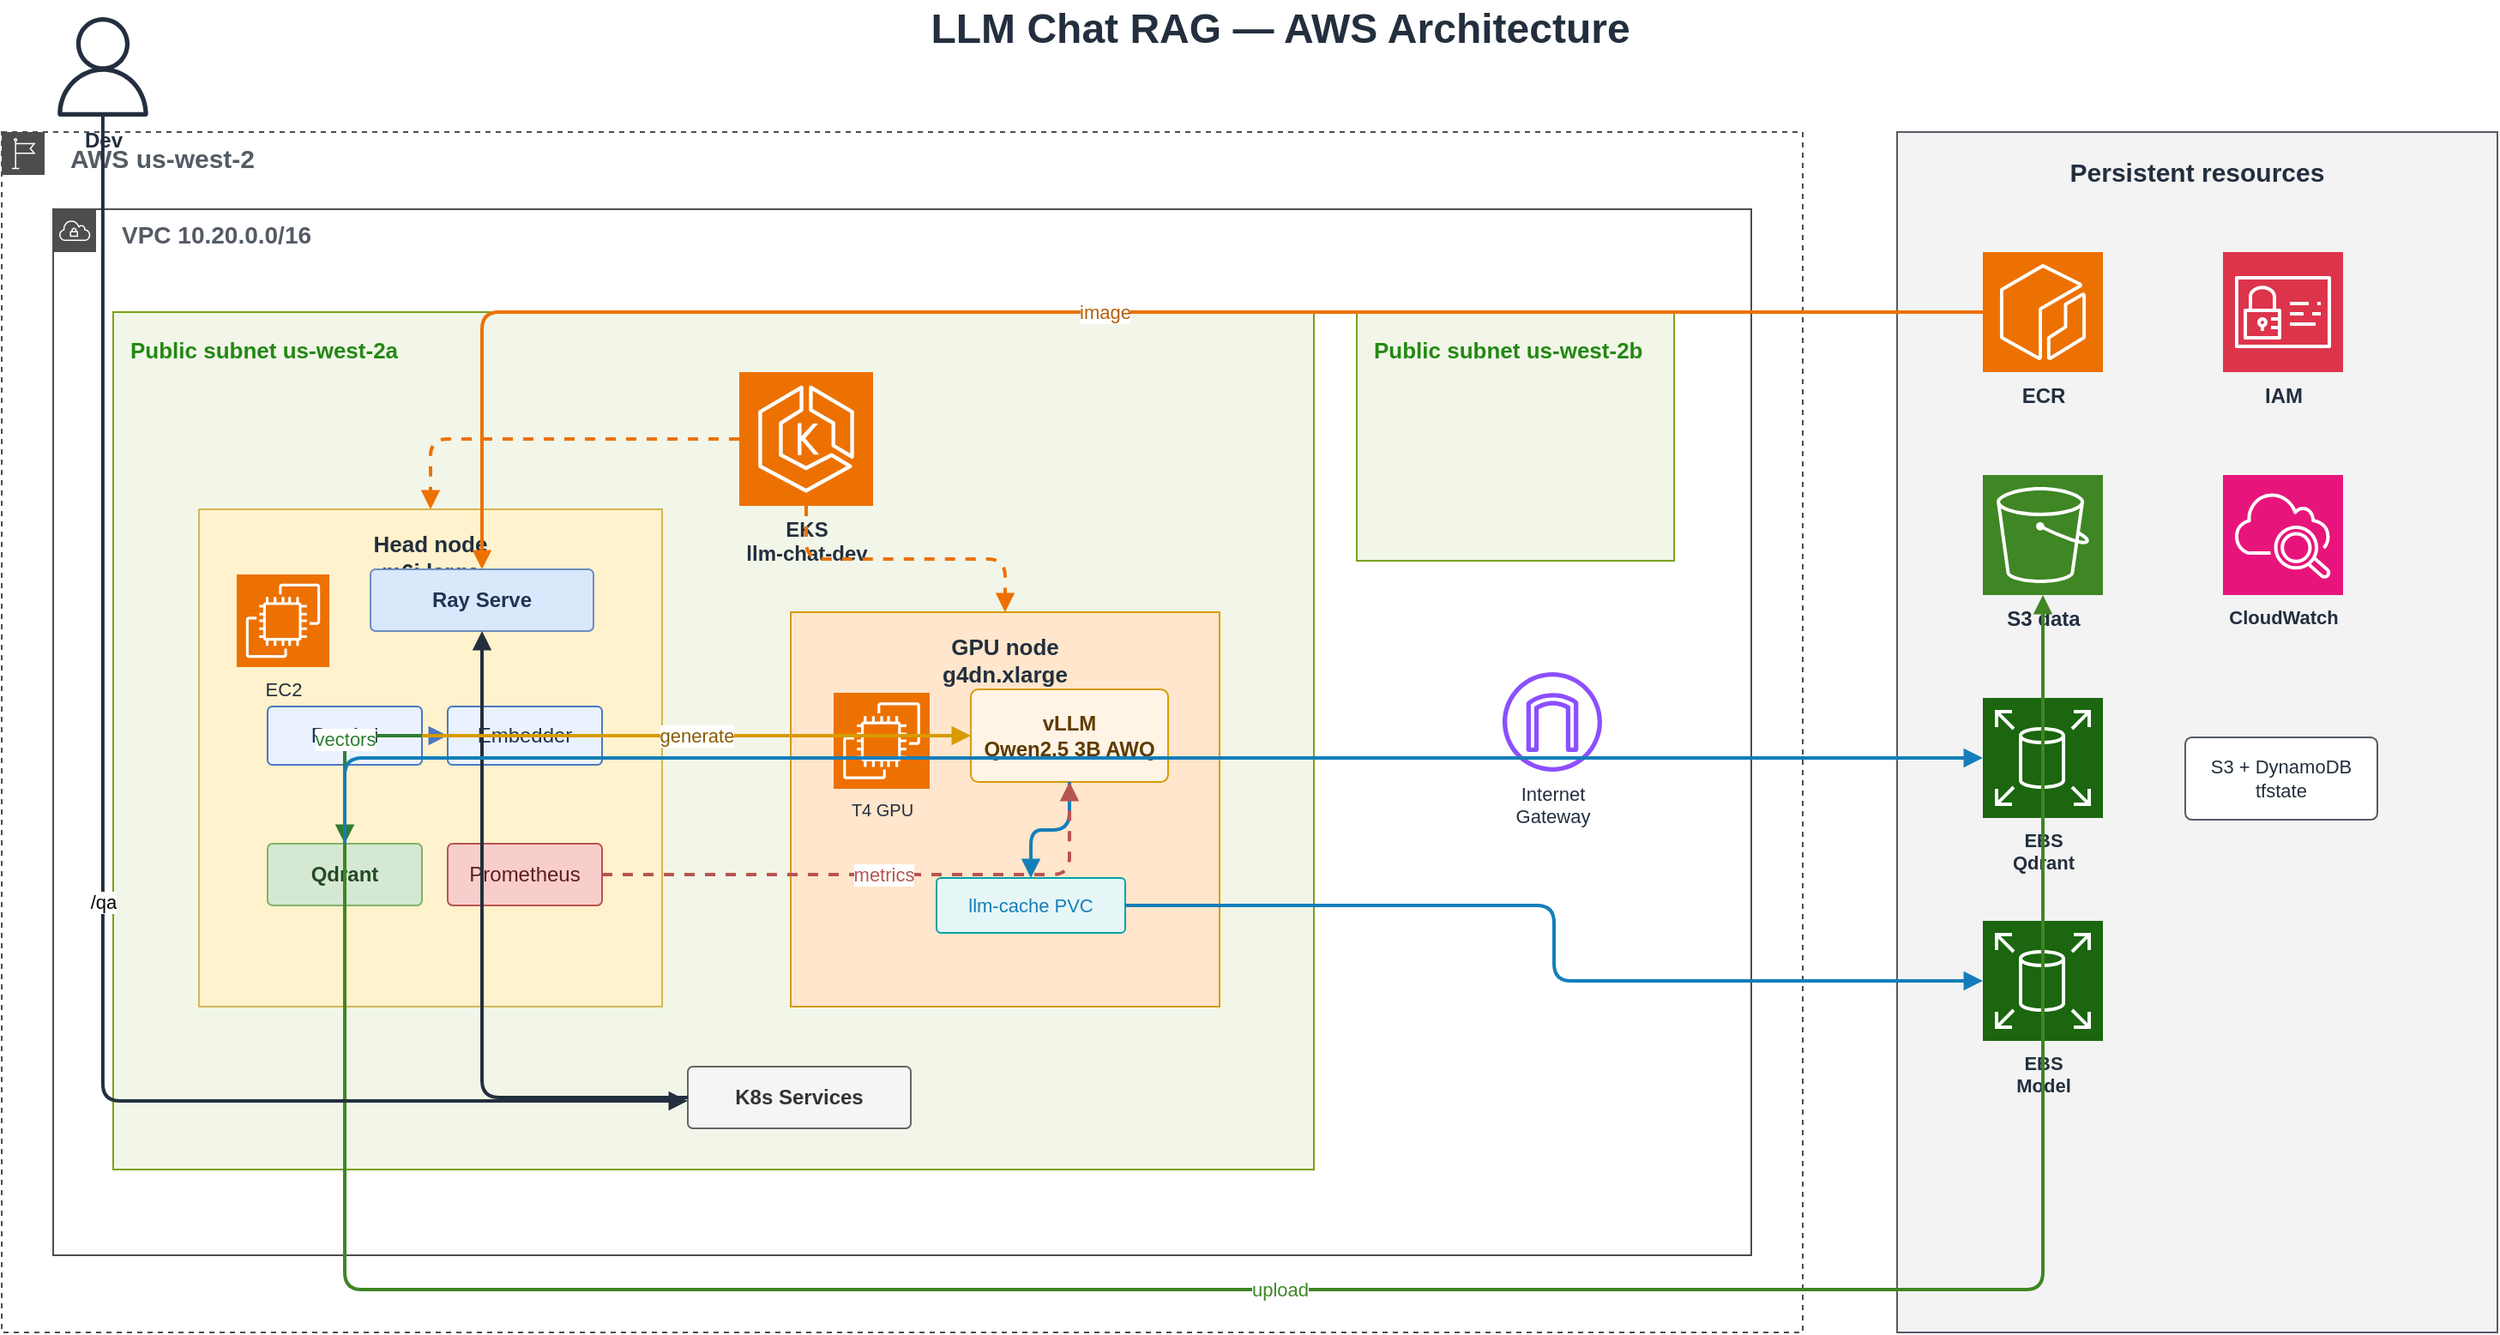
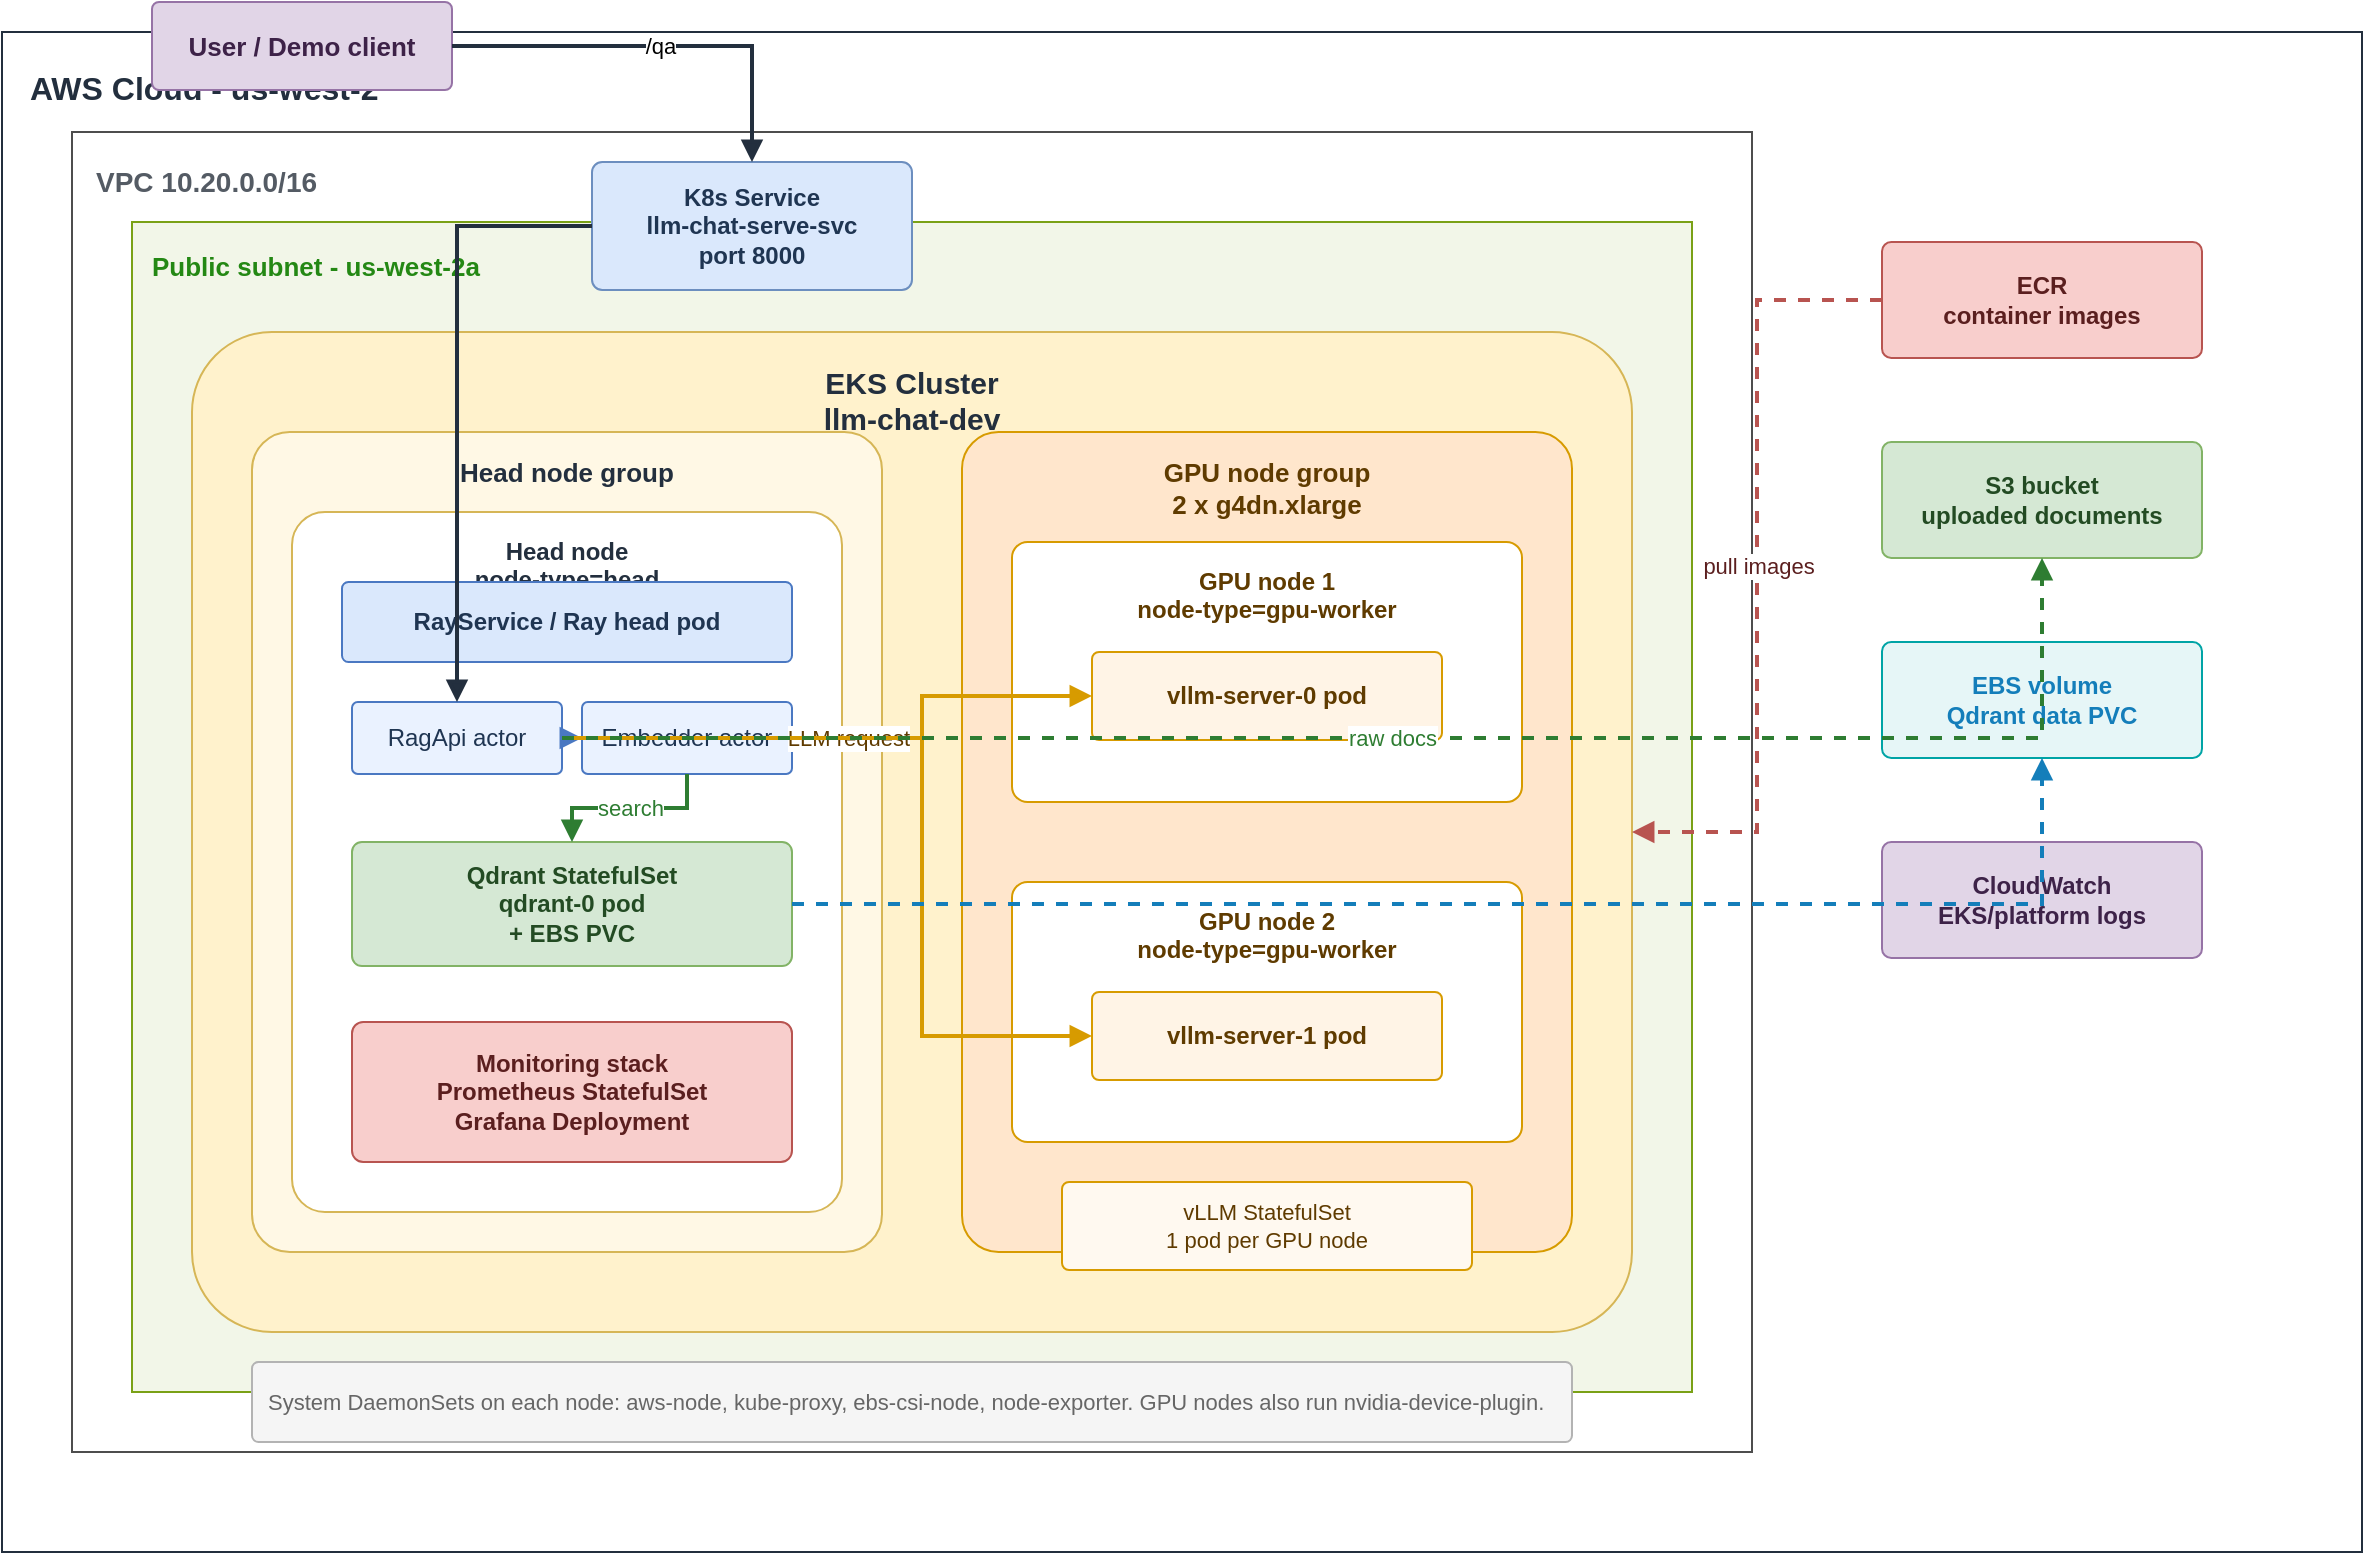
<mxfile host="app.diagrams.net">
  <diagram id="llm-chat-rag-aws" name="AWS Architecture">
-     <mxGraphModel dx="1600" dy="900" grid="0" gridSize="10" guides="1" tooltips="1" connect="1" arrows="1" fold="1" page="1" pageScale="1" pageWidth="1600" pageHeight="900" math="0" shadow="0">
+     <mxGraphModel dx="1600" dy="900" grid="1" gridSize="10" guides="1" tooltips="1" connect="1" arrows="1" fold="1" page="1" pageScale="1" pageWidth="1600" pageHeight="900" math="0" shadow="0">
      <root>
        <mxCell id="0" />
        <mxCell id="1" parent="0" />

-         <mxCell id="title" value="LLM Chat RAG — AWS Architecture" style="text;html=1;align=center;verticalAlign=middle;fontSize=24;fontStyle=1;fontColor=#232F3E;" parent="1" vertex="1">
-           <mxGeometry x="395" y="28" width="810" height="34" as="geometry" />
+         <mxCell id="aws_cloud" value="AWS Cloud - us-west-2" style="rounded=0;whiteSpace=wrap;html=1;fillColor=none;strokeColor=#232F3E;fontColor=#232F3E;fontSize=16;fontStyle=1;align=left;verticalAlign=top;spacing=14;" vertex="1" parent="1">
+           <mxGeometry x="40" y="40" width="1180" height="760" as="geometry" />
+         </mxCell>
+         <mxCell id="vpc" value="VPC 10.20.0.0/16" style="rounded=0;whiteSpace=wrap;html=1;fillColor=none;strokeColor=#4D4D4D;fontColor=#545B64;fontSize=14;fontStyle=1;align=left;verticalAlign=top;spacing=12;" vertex="1" parent="1">
+           <mxGeometry x="75" y="90" width="840" height="660" as="geometry" />
+         </mxCell>
+         <mxCell id="subnet" value="Public subnet - us-west-2a" style="rounded=0;whiteSpace=wrap;html=1;fillColor=#F2F6E8;strokeColor=#7AA116;fontColor=#248814;fontSize=13;fontStyle=1;align=left;verticalAlign=top;spacing=10;" vertex="1" parent="1">
+           <mxGeometry x="105" y="135" width="780" height="585" as="geometry" />
        </mxCell>

-         <mxCell id="region" value="AWS us-west-2" style="sketch=0;outlineConnect=0;gradientColor=none;html=1;whiteSpace=wrap;fontSize=15;fontStyle=1;shape=mxgraph.aws4.group;grIcon=mxgraph.aws4.group_region;strokeColor=#4D4D4D;fillColor=none;verticalAlign=top;align=left;spacingLeft=38;fontColor=#545B64;dashed=1;" parent="1" vertex="1">
-           <mxGeometry x="55" y="105" width="1050" height="700" as="geometry" />
+         <mxCell id="user" value="User / Demo client" style="rounded=1;whiteSpace=wrap;html=1;fillColor=#E1D5E7;strokeColor=#9673A6;fontColor=#3D2248;fontSize=13;fontStyle=1;arcSize=8;align=center;" vertex="1" parent="1">
+           <mxGeometry x="115" y="25" width="150" height="44" as="geometry" />
        </mxCell>
-         <mxCell id="vpc" value="VPC 10.20.0.0/16" style="sketch=0;outlineConnect=0;gradientColor=none;html=1;whiteSpace=wrap;fontSize=14;fontStyle=1;shape=mxgraph.aws4.group;grIcon=mxgraph.aws4.group_vpc;strokeColor=#4D4D4D;fillColor=none;verticalAlign=top;align=left;spacingLeft=38;fontColor=#545B64;dashed=0;" parent="1" vertex="1">
-           <mxGeometry x="85" y="150" width="990" height="610" as="geometry" />
+         <mxCell id="api_entry" value="K8s Service&#xa;llm-chat-serve-svc&#xa;port 8000" style="rounded=1;whiteSpace=wrap;html=1;fillColor=#DAE8FC;strokeColor=#6C8EBF;fontColor=#1F3552;fontSize=12;fontStyle=1;arcSize=8;align=center;" vertex="1" parent="1">
+           <mxGeometry x="335" y="105" width="160" height="64" as="geometry" />
        </mxCell>

-         <mxCell id="subnet_a" value="Public subnet us-west-2a" style="rounded=0;whiteSpace=wrap;html=1;fillColor=#F2F6E8;strokeColor=#7AA116;fontColor=#248814;fontSize=13;fontStyle=1;align=left;verticalAlign=top;spacing=10;" parent="1" vertex="1">
-           <mxGeometry x="120" y="210" width="700" height="500" as="geometry" />
-         </mxCell>
-         <mxCell id="subnet_b" value="Public subnet us-west-2b" style="rounded=0;whiteSpace=wrap;html=1;fillColor=#F2F6E8;strokeColor=#7AA116;fontColor=#248814;fontSize=13;fontStyle=1;align=left;verticalAlign=top;spacing=10;" parent="1" vertex="1">
-           <mxGeometry x="845" y="210" width="185" height="145" as="geometry" />
+         <mxCell id="eks" value="EKS Cluster&#xa;llm-chat-dev" style="rounded=1;whiteSpace=wrap;html=1;fillColor=#FFF2CC;strokeColor=#D6B656;fontColor=#232F3E;fontSize=15;fontStyle=1;arcSize=8;align=center;verticalAlign=top;spacing=12;" vertex="1" parent="1">
+           <mxGeometry x="135" y="190" width="720" height="500" as="geometry" />
        </mxCell>

-         <mxCell id="igw" value="Internet&#xa;Gateway" style="sketch=0;outlineConnect=0;fontColor=#232F3E;gradientColor=none;fillColor=#8C4FFF;strokeColor=none;dashed=0;verticalLabelPosition=bottom;verticalAlign=top;align=center;html=1;fontSize=11;fontStyle=0;aspect=fixed;pointerEvents=1;shape=mxgraph.aws4.internet_gateway;" parent="1" vertex="1">
-           <mxGeometry x="930" y="420" width="58" height="58" as="geometry" />
+         <mxCell id="head_group" value="Head node group" style="rounded=1;whiteSpace=wrap;html=1;fillColor=#FFF8E5;strokeColor=#D6B656;fontColor=#232F3E;fontSize=13;fontStyle=1;arcSize=6;align=center;verticalAlign=top;spacing=8;" vertex="1" parent="1">
+           <mxGeometry x="165" y="240" width="315" height="410" as="geometry" />
        </mxCell>
-         <mxCell id="eks" value="EKS&#xa;llm-chat-dev" style="sketch=0;points=[[0,0,0],[0.25,0,0],[0.5,0,0],[0.75,0,0],[1,0,0],[0,1,0],[0.25,1,0],[0.5,1,0],[0.75,1,0],[1,1,0],[0,0.25,0],[0,0.5,0],[0,0.75,0],[1,0.25,0],[1,0.5,0],[1,0.75,0]];outlineConnect=0;fontColor=#232F3E;fillColor=#ED7100;strokeColor=#ffffff;dashed=0;verticalLabelPosition=bottom;verticalAlign=top;align=center;html=1;fontSize=12;fontStyle=1;aspect=fixed;shape=mxgraph.aws4.resourceIcon;resIcon=mxgraph.aws4.eks;" parent="1" vertex="1">
-           <mxGeometry x="485" y="245" width="78" height="78" as="geometry" />
+         <mxCell id="head_node" value="Head node&#xa;node-type=head" style="rounded=1;whiteSpace=wrap;html=1;fillColor=#FFFFFF;strokeColor=#D6B656;fontColor=#232F3E;fontSize=12;fontStyle=1;arcSize=6;align=center;verticalAlign=top;spacing=8;" vertex="1" parent="1">
+           <mxGeometry x="185" y="280" width="275" height="350" as="geometry" />
+         </mxCell>
+         <mxCell id="ray_head" value="RayService / Ray head pod" style="rounded=1;whiteSpace=wrap;html=1;fillColor=#DAE8FC;strokeColor=#4A78C2;fontColor=#1F3552;fontSize=12;fontStyle=1;arcSize=8;align=center;" vertex="1" parent="1">
+           <mxGeometry x="210" y="315" width="225" height="40" as="geometry" />
+         </mxCell>
+         <mxCell id="ragapi" value="RagApi actor" style="rounded=1;whiteSpace=wrap;html=1;fillColor=#EAF2FF;strokeColor=#4A78C2;fontColor=#1F3552;fontSize=12;arcSize=8;align=center;" vertex="1" parent="1">
+           <mxGeometry x="215" y="375" width="105" height="36" as="geometry" />
+         </mxCell>
+         <mxCell id="embedder" value="Embedder actor" style="rounded=1;whiteSpace=wrap;html=1;fillColor=#EAF2FF;strokeColor=#4A78C2;fontColor=#1F3552;fontSize=12;arcSize=8;align=center;" vertex="1" parent="1">
+           <mxGeometry x="330" y="375" width="105" height="36" as="geometry" />
+         </mxCell>
+         <mxCell id="qdrant" value="Qdrant StatefulSet&#xa;qdrant-0 pod&#xa;+ EBS PVC" style="rounded=1;whiteSpace=wrap;html=1;fillColor=#D5E8D4;strokeColor=#82B366;fontColor=#234B23;fontSize=12;fontStyle=1;arcSize=8;align=center;" vertex="1" parent="1">
+           <mxGeometry x="215" y="445" width="220" height="62" as="geometry" />
+         </mxCell>
+         <mxCell id="monitoring" value="Monitoring stack&#xa;Prometheus StatefulSet&#xa;Grafana Deployment" style="rounded=1;whiteSpace=wrap;html=1;fillColor=#F8CECC;strokeColor=#B85450;fontColor=#5B1F1F;fontSize=12;fontStyle=1;arcSize=8;align=center;" vertex="1" parent="1">
+           <mxGeometry x="215" y="535" width="220" height="70" as="geometry" />
        </mxCell>

-         <mxCell id="head_group" value="Head node&#xa;m6i.large" style="rounded=0;whiteSpace=wrap;html=1;fillColor=#FFF2CC;strokeColor=#D6B656;fontColor=#232F3E;fontSize=13;fontStyle=1;align=center;verticalAlign=top;spacing=8;" parent="1" vertex="1">
-           <mxGeometry x="170" y="325" width="270" height="290" as="geometry" />
+         <mxCell id="gpu_group" value="GPU node group&#xa;2 x g4dn.xlarge" style="rounded=1;whiteSpace=wrap;html=1;fillColor=#FFE6CC;strokeColor=#D79B00;fontColor=#5F3B00;fontSize=13;fontStyle=1;arcSize=6;align=center;verticalAlign=top;spacing=8;" vertex="1" parent="1">
+           <mxGeometry x="520" y="240" width="305" height="410" as="geometry" />
        </mxCell>
-         <mxCell id="head_ec2" value="EC2" style="sketch=0;points=[[0,0,0],[0.25,0,0],[0.5,0,0],[0.75,0,0],[1,0,0],[0,1,0],[0.25,1,0],[0.5,1,0],[0.75,1,0],[1,1,0],[0,0.25,0],[0,0.5,0],[0,0.75,0],[1,0.25,0],[1,0.5,0],[1,0.75,0]];outlineConnect=0;fontColor=#232F3E;fillColor=#ED7100;strokeColor=#ffffff;dashed=0;verticalLabelPosition=bottom;verticalAlign=top;align=center;html=1;fontSize=11;fontStyle=0;aspect=fixed;shape=mxgraph.aws4.resourceIcon;resIcon=mxgraph.aws4.ec2;" parent="1" vertex="1">
-           <mxGeometry x="192" y="363" width="54" height="54" as="geometry" />
+         <mxCell id="gpu_node_0" value="GPU node 1&#xa;node-type=gpu-worker" style="rounded=1;whiteSpace=wrap;html=1;fillColor=#FFFFFF;strokeColor=#D79B00;fontColor=#5F3B00;fontSize=12;fontStyle=1;arcSize=6;align=center;verticalAlign=top;spacing=8;" vertex="1" parent="1">
+           <mxGeometry x="545" y="295" width="255" height="130" as="geometry" />
        </mxCell>
-         <mxCell id="ray" value="Ray Serve" style="rounded=1;whiteSpace=wrap;html=1;fillColor=#DAE8FC;strokeColor=#6C8EBF;fontColor=#1F3552;fontSize=12;fontStyle=1;arcSize=8;align=center;" parent="1" vertex="1">
-           <mxGeometry x="270" y="360" width="130" height="36" as="geometry" />
+         <mxCell id="vllm_0" value="vllm-server-0 pod" style="rounded=1;whiteSpace=wrap;html=1;fillColor=#FFF4E6;strokeColor=#D79B00;fontColor=#5F3B00;fontSize=12;fontStyle=1;arcSize=8;align=center;" vertex="1" parent="1">
+           <mxGeometry x="585" y="350" width="175" height="44" as="geometry" />
        </mxCell>
-         <mxCell id="ragapi" value="RagApi" style="rounded=1;whiteSpace=wrap;html=1;fillColor=#EAF2FF;strokeColor=#4A78C2;fontColor=#1F3552;fontSize=12;arcSize=8;align=center;" parent="1" vertex="1">
-           <mxGeometry x="210" y="440" width="90" height="34" as="geometry" />
+         <mxCell id="gpu_node_1" value="GPU node 2&#xa;node-type=gpu-worker" style="rounded=1;whiteSpace=wrap;html=1;fillColor=#FFFFFF;strokeColor=#D79B00;fontColor=#5F3B00;fontSize=12;fontStyle=1;arcSize=6;align=center;verticalAlign=top;spacing=8;" vertex="1" parent="1">
+           <mxGeometry x="545" y="465" width="255" height="130" as="geometry" />
        </mxCell>
-         <mxCell id="embedder" value="Embedder" style="rounded=1;whiteSpace=wrap;html=1;fillColor=#EAF2FF;strokeColor=#4A78C2;fontColor=#1F3552;fontSize=12;arcSize=8;align=center;" parent="1" vertex="1">
-           <mxGeometry x="315" y="440" width="90" height="34" as="geometry" />
+         <mxCell id="vllm_1" value="vllm-server-1 pod" style="rounded=1;whiteSpace=wrap;html=1;fillColor=#FFF4E6;strokeColor=#D79B00;fontColor=#5F3B00;fontSize=12;fontStyle=1;arcSize=8;align=center;" vertex="1" parent="1">
+           <mxGeometry x="585" y="520" width="175" height="44" as="geometry" />
        </mxCell>
-         <mxCell id="qdrant" value="Qdrant" style="rounded=1;whiteSpace=wrap;html=1;fillColor=#D5E8D4;strokeColor=#82B366;fontColor=#234B23;fontSize=12;fontStyle=1;arcSize=8;align=center;" parent="1" vertex="1">
-           <mxGeometry x="210" y="520" width="90" height="36" as="geometry" />
-         </mxCell>
-         <mxCell id="prom" value="Prometheus" style="rounded=1;whiteSpace=wrap;html=1;fillColor=#F8CECC;strokeColor=#B85450;fontColor=#5C1F1B;fontSize=12;arcSize=8;align=center;" parent="1" vertex="1">
-           <mxGeometry x="315" y="520" width="90" height="36" as="geometry" />
+         <mxCell id="vllm_note" value="vLLM StatefulSet&#xa;1 pod per GPU node" style="rounded=1;whiteSpace=wrap;html=1;fillColor=#FFF9F0;strokeColor=#D79B00;fontColor=#5F3B00;fontSize=11;arcSize=8;align=center;" vertex="1" parent="1">
+           <mxGeometry x="570" y="615" width="205" height="44" as="geometry" />
        </mxCell>

-         <mxCell id="gpu_group" value="GPU node&#xa;g4dn.xlarge" style="rounded=0;whiteSpace=wrap;html=1;fillColor=#FFE6CC;strokeColor=#D79B00;fontColor=#232F3E;fontSize=13;fontStyle=1;align=center;verticalAlign=top;spacing=8;" parent="1" vertex="1">
-           <mxGeometry x="515" y="385" width="250" height="230" as="geometry" />
+         <mxCell id="ecr" value="ECR&#xa;container images" style="rounded=1;whiteSpace=wrap;html=1;fillColor=#F8CECC;strokeColor=#B85450;fontColor=#5B1F1F;fontSize=12;fontStyle=1;arcSize=8;align=center;" vertex="1" parent="1">
+           <mxGeometry x="980" y="145" width="160" height="58" as="geometry" />
        </mxCell>
-         <mxCell id="gpu_ec2" value="T4 GPU" style="sketch=0;points=[[0,0,0],[0.25,0,0],[0.5,0,0],[0.75,0,0],[1,0,0],[0,1,0],[0.25,1,0],[0.5,1,0],[0.75,1,0],[1,1,0],[0,0.25,0],[0,0.5,0],[0,0.75,0],[1,0.25,0],[1,0.5,0],[1,0.75,0]];outlineConnect=0;fontColor=#232F3E;fillColor=#ED7100;strokeColor=#ffffff;dashed=0;verticalLabelPosition=bottom;verticalAlign=top;align=center;html=1;fontSize=10;fontStyle=0;aspect=fixed;shape=mxgraph.aws4.resourceIcon;resIcon=mxgraph.aws4.ec2;" parent="1" vertex="1">
-           <mxGeometry x="540" y="432" width="56" height="56" as="geometry" />
+         <mxCell id="s3" value="S3 bucket&#xa;uploaded documents" style="rounded=1;whiteSpace=wrap;html=1;fillColor=#D5E8D4;strokeColor=#82B366;fontColor=#234B23;fontSize=12;fontStyle=1;arcSize=8;align=center;" vertex="1" parent="1">
+           <mxGeometry x="980" y="245" width="160" height="58" as="geometry" />
        </mxCell>
-         <mxCell id="vllm" value="vLLM&#xa;Qwen2.5 3B AWQ" style="rounded=1;whiteSpace=wrap;html=1;fillColor=#FFF4E6;strokeColor=#D79B00;fontColor=#5F3B00;fontSize=12;fontStyle=1;arcSize=8;align=center;" parent="1" vertex="1">
-           <mxGeometry x="620" y="430" width="115" height="54" as="geometry" />
+         <mxCell id="ebs" value="EBS volume&#xa;Qdrant data PVC" style="rounded=1;whiteSpace=wrap;html=1;fillColor=#E6F6F7;strokeColor=#00A4A6;fontColor=#147EBA;fontSize=12;fontStyle=1;arcSize=8;align=center;" vertex="1" parent="1">
+           <mxGeometry x="980" y="345" width="160" height="58" as="geometry" />
        </mxCell>
-         <mxCell id="model_cache_pvc" value="llm-cache PVC" style="rounded=1;whiteSpace=wrap;html=1;fillColor=#E6F6F7;strokeColor=#00A4A6;fontColor=#147EBA;fontSize=11;arcSize=8;align=center;" parent="1" vertex="1">
-           <mxGeometry x="600" y="540" width="110" height="32" as="geometry" />
+         <mxCell id="cloudwatch" value="CloudWatch&#xa;EKS/platform logs" style="rounded=1;whiteSpace=wrap;html=1;fillColor=#E1D5E7;strokeColor=#9673A6;fontColor=#3D2248;fontSize=12;fontStyle=1;arcSize=8;align=center;" vertex="1" parent="1">
+           <mxGeometry x="980" y="445" width="160" height="58" as="geometry" />
        </mxCell>

-         <mxCell id="svc" value="K8s Services" style="rounded=1;whiteSpace=wrap;html=1;fillColor=#F5F5F5;strokeColor=#666666;fontColor=#333333;fontSize=12;fontStyle=1;arcSize=8;align=center;" parent="1" vertex="1">
-           <mxGeometry x="455" y="650" width="130" height="36" as="geometry" />
+         <mxCell id="edge_user_api" value="/qa" style="edgeStyle=orthogonalEdgeStyle;rounded=0;html=1;strokeColor=#232F3E;strokeWidth=2;endArrow=block;endFill=1;fontSize=11;" edge="1" parent="1" source="user" target="api_entry">
+           <mxGeometry relative="1" as="geometry" />
        </mxCell>
- 
-         <mxCell id="persistent" value="Persistent resources" style="rounded=0;whiteSpace=wrap;html=1;fillColor=#F3F3F3;strokeColor=#545B64;fontColor=#232F3E;fontSize=15;fontStyle=1;align=center;verticalAlign=top;spacing=10;" parent="1" vertex="1">
-           <mxGeometry x="1160" y="105" width="350" height="700" as="geometry" />
+         <mxCell id="edge_api_rag" value="" style="edgeStyle=orthogonalEdgeStyle;rounded=0;html=1;strokeColor=#232F3E;strokeWidth=2;endArrow=block;endFill=1;" edge="1" parent="1" source="api_entry" target="ragapi">
+           <mxGeometry relative="1" as="geometry" />
        </mxCell>
-         <mxCell id="ecr" value="ECR" style="sketch=0;points=[[0,0,0],[0.25,0,0],[0.5,0,0],[0.75,0,0],[1,0,0],[0,1,0],[0.25,1,0],[0.5,1,0],[0.75,1,0],[1,1,0],[0,0.25,0],[0,0.5,0],[0,0.75,0],[1,0.25,0],[1,0.5,0],[1,0.75,0]];outlineConnect=0;fontColor=#232F3E;fillColor=#ED7100;strokeColor=#ffffff;dashed=0;verticalLabelPosition=bottom;verticalAlign=top;align=center;html=1;fontSize=12;fontStyle=1;aspect=fixed;shape=mxgraph.aws4.resourceIcon;resIcon=mxgraph.aws4.ecr;" parent="1" vertex="1">
-           <mxGeometry x="1210" y="175" width="70" height="70" as="geometry" />
+         <mxCell id="edge_rag_embed" value="" style="edgeStyle=orthogonalEdgeStyle;rounded=0;html=1;strokeColor=#4A78C2;strokeWidth=2;endArrow=block;endFill=1;" edge="1" parent="1" source="ragapi" target="embedder">
+           <mxGeometry relative="1" as="geometry" />
        </mxCell>
-         <mxCell id="s3" value="S3 data" style="sketch=0;points=[[0,0,0],[0.25,0,0],[0.5,0,0],[0.75,0,0],[1,0,0],[0,1,0],[0.25,1,0],[0.5,1,0],[0.75,1,0],[1,1,0],[0,0.25,0],[0,0.5,0],[0,0.75,0],[1,0.25,0],[1,0.5,0],[1,0.75,0]];outlineConnect=0;fontColor=#232F3E;fillColor=#3F8624;strokeColor=#ffffff;dashed=0;verticalLabelPosition=bottom;verticalAlign=top;align=center;html=1;fontSize=12;fontStyle=1;aspect=fixed;shape=mxgraph.aws4.resourceIcon;resIcon=mxgraph.aws4.s3;" parent="1" vertex="1">
-           <mxGeometry x="1210" y="305" width="70" height="70" as="geometry" />
+         <mxCell id="edge_embed_qdrant" value="search" style="edgeStyle=orthogonalEdgeStyle;rounded=0;html=1;strokeColor=#2E7D32;strokeWidth=2;endArrow=block;endFill=1;fontSize=11;fontColor=#2E7D32;" edge="1" parent="1" source="embedder" target="qdrant">
+           <mxGeometry relative="1" as="geometry" />
        </mxCell>
-         <mxCell id="ebs_q" value="EBS&#xa;Qdrant" style="sketch=0;points=[[0,0,0],[0.25,0,0],[0.5,0,0],[0.75,0,0],[1,0,0],[0,1,0],[0.25,1,0],[0.5,1,0],[0.75,1,0],[1,1,0],[0,0.25,0],[0,0.5,0],[0,0.75,0],[1,0.25,0],[1,0.5,0],[1,0.75,0]];outlineConnect=0;fontColor=#232F3E;fillColor=#1B660F;strokeColor=#ffffff;dashed=0;verticalLabelPosition=bottom;verticalAlign=top;align=center;html=1;fontSize=11;fontStyle=1;aspect=fixed;shape=mxgraph.aws4.resourceIcon;resIcon=mxgraph.aws4.elastic_block_store;" parent="1" vertex="1">
-           <mxGeometry x="1210" y="435" width="70" height="70" as="geometry" />
-         </mxCell>
-         <mxCell id="ebs_l" value="EBS&#xa;Model" style="sketch=0;points=[[0,0,0],[0.25,0,0],[0.5,0,0],[0.75,0,0],[1,0,0],[0,1,0],[0.25,1,0],[0.5,1,0],[0.75,1,0],[1,1,0],[0,0.25,0],[0,0.5,0],[0,0.75,0],[1,0.25,0],[1,0.5,0],[1,0.75,0]];outlineConnect=0;fontColor=#232F3E;fillColor=#1B660F;strokeColor=#ffffff;dashed=0;verticalLabelPosition=bottom;verticalAlign=top;align=center;html=1;fontSize=11;fontStyle=1;aspect=fixed;shape=mxgraph.aws4.resourceIcon;resIcon=mxgraph.aws4.elastic_block_store;" parent="1" vertex="1">
-           <mxGeometry x="1210" y="565" width="70" height="70" as="geometry" />
-         </mxCell>
-         <mxCell id="iam" value="IAM" style="sketch=0;points=[[0,0,0],[0.25,0,0],[0.5,0,0],[0.75,0,0],[1,0,0],[0,1,0],[0.25,1,0],[0.5,1,0],[0.75,1,0],[1,1,0],[0,0.25,0],[0,0.5,0],[0,0.75,0],[1,0.25,0],[1,0.5,0],[1,0.75,0]];outlineConnect=0;fontColor=#232F3E;fillColor=#DD344C;strokeColor=#ffffff;dashed=0;verticalLabelPosition=bottom;verticalAlign=top;align=center;html=1;fontSize=12;fontStyle=1;aspect=fixed;shape=mxgraph.aws4.resourceIcon;resIcon=mxgraph.aws4.identity_and_access_management;" parent="1" vertex="1">
-           <mxGeometry x="1350" y="175" width="70" height="70" as="geometry" />
-         </mxCell>
-         <mxCell id="cw" value="CloudWatch" style="sketch=0;points=[[0,0,0],[0.25,0,0],[0.5,0,0],[0.75,0,0],[1,0,0],[0,1,0],[0.25,1,0],[0.5,1,0],[0.75,1,0],[1,1,0],[0,0.25,0],[0,0.5,0],[0,0.75,0],[1,0.25,0],[1,0.5,0],[1,0.75,0]];outlineConnect=0;fontColor=#232F3E;fillColor=#E7157B;strokeColor=#ffffff;dashed=0;verticalLabelPosition=bottom;verticalAlign=top;align=center;html=1;fontSize=11;fontStyle=1;aspect=fixed;shape=mxgraph.aws4.resourceIcon;resIcon=mxgraph.aws4.cloudwatch_2;" parent="1" vertex="1">
-           <mxGeometry x="1350" y="305" width="70" height="70" as="geometry" />
-         </mxCell>
-         <mxCell id="tfstate" value="S3 + DynamoDB&#xa;tfstate" style="rounded=1;whiteSpace=wrap;html=1;fillColor=#FFFFFF;strokeColor=#545B64;fontColor=#232F3E;fontSize=11;arcSize=8;align=center;" parent="1" vertex="1">
-           <mxGeometry x="1328" y="458" width="112" height="48" as="geometry" />
-         </mxCell>
- 
-         <mxCell id="dev" value="Dev" style="sketch=0;points=[[0,0,0],[0.25,0,0],[0.5,0,0],[0.75,0,0],[1,0,0],[0,1,0],[0.25,1,0],[0.5,1,0],[0.75,1,0],[1,1,0],[0,0.25,0],[0,0.5,0],[0,0.75,0],[1,0.25,0],[1,0.5,0],[1,0.75,0]];outlineConnect=0;fontColor=#232F3E;gradientColor=none;fillColor=#232F3E;strokeColor=none;dashed=0;verticalLabelPosition=bottom;verticalAlign=top;align=center;html=1;fontSize=12;fontStyle=1;aspect=fixed;pointerEvents=1;shape=mxgraph.aws4.user;" parent="1" vertex="1">
-           <mxGeometry x="85" y="38" width="58" height="58" as="geometry" />
-         </mxCell>
- 
-         <mxCell id="flow_upload" value="upload" style="edgeStyle=orthogonalEdgeStyle;html=1;strokeColor=#3F8624;strokeWidth=2;endArrow=block;endFill=1;fontSize=11;fontColor=#3F8624;" parent="1" source="ragapi" target="s3" edge="1">
+         <mxCell id="edge_rag_vllm0" value="LLM request" style="edgeStyle=orthogonalEdgeStyle;rounded=0;html=1;strokeColor=#D79B00;strokeWidth=2;endArrow=block;endFill=1;fontSize=11;fontColor=#5F3B00;" edge="1" parent="1" source="ragapi" target="vllm_0">
          <mxGeometry relative="1" as="geometry">
            <Array as="points">
-               <mxPoint x="255" y="780" />
-               <mxPoint x="1245" y="780" />
+               <mxPoint x="500" y="393" />
+               <mxPoint x="500" y="372" />
            </Array>
          </mxGeometry>
        </mxCell>
-         <mxCell id="flow_qa_1" value="/qa" style="edgeStyle=orthogonalEdgeStyle;html=1;strokeColor=#232F3E;strokeWidth=2;endArrow=block;endFill=1;fontSize=11;" parent="1" source="dev" target="svc" edge="1">
+         <mxCell id="edge_rag_vllm1" value="" style="edgeStyle=orthogonalEdgeStyle;rounded=0;html=1;strokeColor=#D79B00;strokeWidth=2;endArrow=block;endFill=1;fontSize=11;fontColor=#5F3B00;" edge="1" parent="1" source="ragapi" target="vllm_1">
          <mxGeometry relative="1" as="geometry">
            <Array as="points">
-               <mxPoint x="114" y="670" />
+               <mxPoint x="500" y="393" />
+               <mxPoint x="500" y="542" />
            </Array>
          </mxGeometry>
        </mxCell>
-         <mxCell id="flow_svc_ray" value="" style="edgeStyle=orthogonalEdgeStyle;html=1;strokeColor=#232F3E;strokeWidth=2;endArrow=block;endFill=1;" parent="1" source="svc" target="ray" edge="1">
+         <mxCell id="edge_qdrant_ebs" value="" style="edgeStyle=orthogonalEdgeStyle;rounded=0;html=1;strokeColor=#147EBA;strokeWidth=2;dashed=1;endArrow=block;endFill=1;" edge="1" parent="1" source="qdrant" target="ebs">
          <mxGeometry relative="1" as="geometry" />
        </mxCell>
-         <mxCell id="flow_ray_embed" value="" style="edgeStyle=orthogonalEdgeStyle;html=1;strokeColor=#4A78C2;strokeWidth=2;endArrow=block;endFill=1;" parent="1" source="ragapi" target="embedder" edge="1">
+         <mxCell id="edge_docs_s3" value="raw docs" style="edgeStyle=orthogonalEdgeStyle;rounded=0;html=1;strokeColor=#2E7D32;strokeWidth=2;dashed=1;endArrow=block;endFill=1;fontSize=11;fontColor=#2E7D32;" edge="1" parent="1" source="ragapi" target="s3">
          <mxGeometry relative="1" as="geometry" />
        </mxCell>
-         <mxCell id="flow_embed_qdrant" value="vectors" style="edgeStyle=orthogonalEdgeStyle;html=1;strokeColor=#2E7D32;strokeWidth=2;endArrow=block;endFill=1;fontSize=11;fontColor=#2E7D32;" parent="1" source="embedder" target="qdrant" edge="1">
+         <mxCell id="edge_ecr_eks" value="pull images" style="edgeStyle=orthogonalEdgeStyle;rounded=0;html=1;strokeColor=#B85450;strokeWidth=2;dashed=1;endArrow=block;endFill=1;fontSize=11;fontColor=#5B1F1F;" edge="1" parent="1" source="ecr" target="eks">
          <mxGeometry relative="1" as="geometry" />
        </mxCell>
-         <mxCell id="flow_qdrant_ebs" value="" style="edgeStyle=orthogonalEdgeStyle;html=1;strokeColor=#147EBA;strokeWidth=2;endArrow=block;endFill=1;" parent="1" source="qdrant" target="ebs_q" edge="1">
-           <mxGeometry relative="1" as="geometry">
-             <Array as="points">
-               <mxPoint x="255" y="470" />
-             </Array>
-           </mxGeometry>
-         </mxCell>
-         <mxCell id="flow_ray_vllm" value="generate" style="edgeStyle=orthogonalEdgeStyle;html=1;strokeColor=#D79B00;strokeWidth=2;endArrow=block;endFill=1;fontSize=11;fontColor=#8A5A00;" parent="1" source="ragapi" target="vllm" edge="1">
-           <mxGeometry relative="1" as="geometry" />
-         </mxCell>
-         <mxCell id="flow_vllm_cache" value="" style="edgeStyle=orthogonalEdgeStyle;html=1;strokeColor=#147EBA;strokeWidth=2;endArrow=block;endFill=1;" parent="1" source="vllm" target="model_cache_pvc" edge="1">
-           <mxGeometry relative="1" as="geometry" />
-         </mxCell>
-         <mxCell id="flow_cache_ebs" value="" style="edgeStyle=orthogonalEdgeStyle;html=1;strokeColor=#147EBA;strokeWidth=2;endArrow=block;endFill=1;" parent="1" source="model_cache_pvc" target="ebs_l" edge="1">
-           <mxGeometry relative="1" as="geometry" />
-         </mxCell>
-         <mxCell id="flow_ecr_ray" value="image" style="edgeStyle=orthogonalEdgeStyle;html=1;strokeColor=#ED7100;strokeWidth=2;endArrow=block;endFill=1;fontSize=11;fontColor=#B45F06;" parent="1" source="ecr" target="ray" edge="1">
-           <mxGeometry relative="1" as="geometry" />
-         </mxCell>
-         <mxCell id="flow_metrics" value="metrics" style="edgeStyle=orthogonalEdgeStyle;html=1;strokeColor=#B85450;strokeWidth=2;dashed=1;endArrow=block;endFill=1;fontSize=11;fontColor=#B85450;" parent="1" source="prom" target="vllm" edge="1">
-           <mxGeometry relative="1" as="geometry" />
-         </mxCell>
-         <mxCell id="flow_eks_nodes" value="" style="edgeStyle=orthogonalEdgeStyle;html=1;strokeColor=#ED7100;strokeWidth=2;dashed=1;endArrow=block;endFill=1;" parent="1" source="eks" target="head_group" edge="1">
-           <mxGeometry relative="1" as="geometry" />
-         </mxCell>
-         <mxCell id="flow_eks_gpu" value="" style="edgeStyle=orthogonalEdgeStyle;html=1;strokeColor=#ED7100;strokeWidth=2;dashed=1;endArrow=block;endFill=1;" parent="1" source="eks" target="gpu_group" edge="1">
-             <mxGeometry relative="1" as="geometry" />
+ 
+         <mxCell id="note_system" value="System DaemonSets on each node: aws-node, kube-proxy, ebs-csi-node, node-exporter. GPU nodes also run nvidia-device-plugin." style="rounded=1;whiteSpace=wrap;html=1;fillColor=#F5F5F5;strokeColor=#B3B3B3;fontColor=#666666;fontSize=11;arcSize=8;align=left;spacing=8;" vertex="1" parent="1">
+           <mxGeometry x="165" y="705" width="660" height="40" as="geometry" />
        </mxCell>
      </root>
    </mxGraphModel>
  </diagram>
</mxfile>
